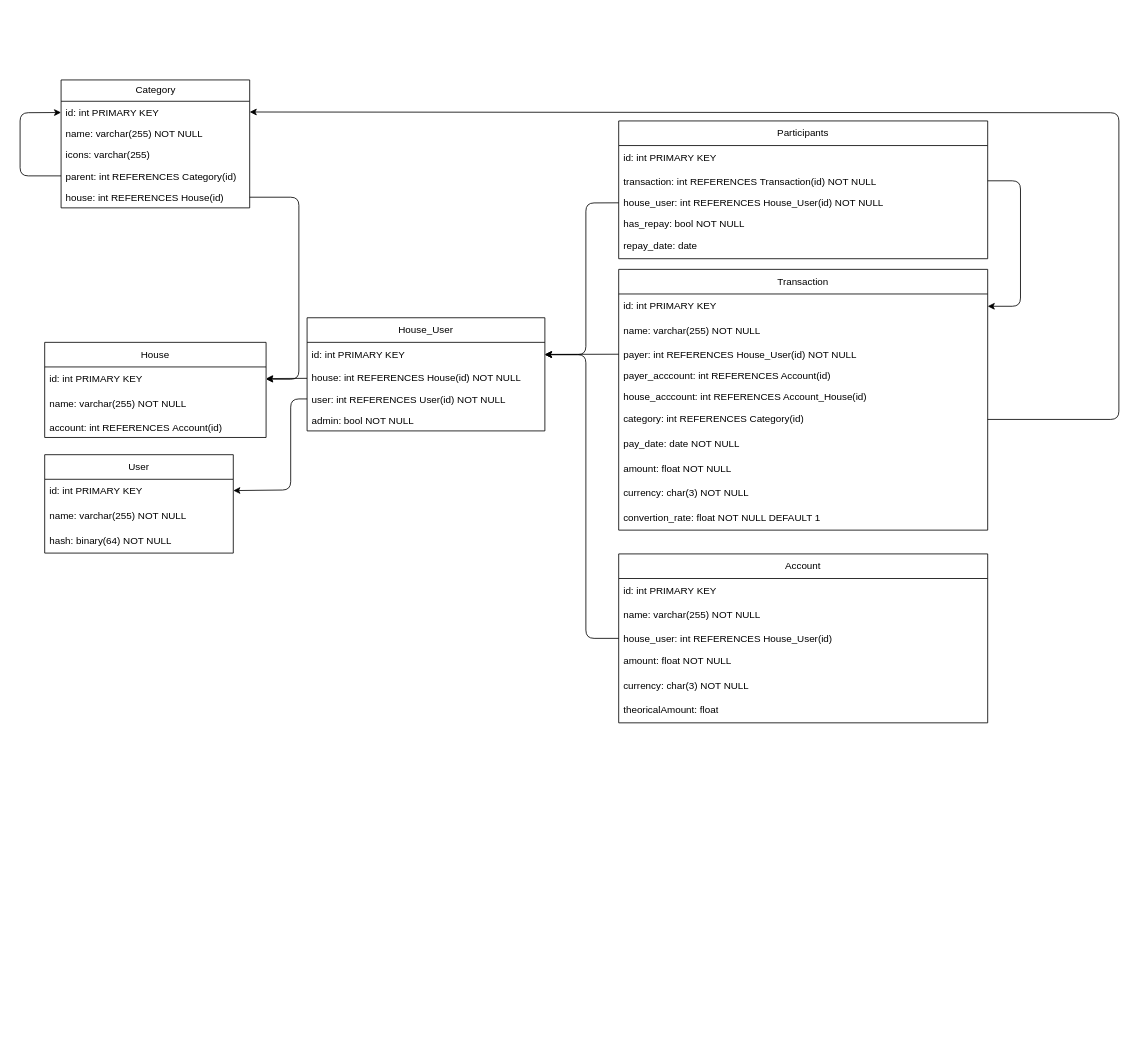
Before: docs/tables.drawio in Rombond/budgestify, a draw.io diagram. Source tidied: cells renumbered, new cells numbered last; positions are measured from the earlier drawing's top-left corner, leaving out a move shared by most shapes. Both pictures are drawn from the tidied source at 82%, with x=0, y=0 at pixel (20, 80).
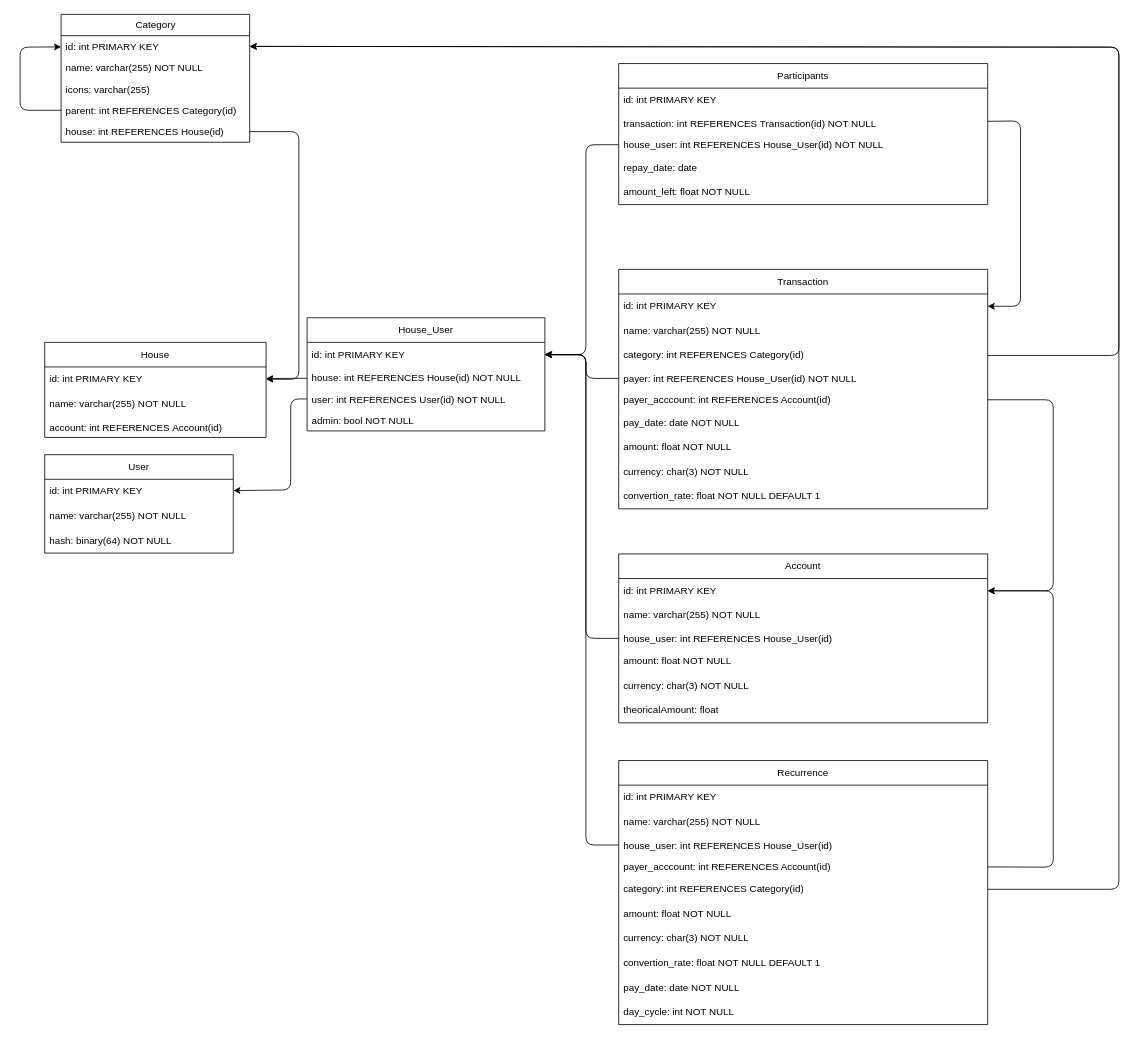
Above is the later version.

Commit message:
tables reworks

The change refers to these unchanged cells:
```xml
<mxCell id="3" value="id: int PRIMARY KEY" style="text;strokeColor=none;fillColor=none;align=left;verticalAlign=top;spacingLeft=4;spacingRight=4;overflow=hidden;points=[[0,0.5],[1,0.5]];portConstraint=eastwest;whiteSpace=wrap;html=1;" parent="2" vertex="1">
  <mxGeometry y="26" width="230" height="26" as="geometry" />
</mxCell>
<mxCell id="8" value="house: int REFERENCES House(id)" style="text;strokeColor=none;fillColor=none;align=left;verticalAlign=top;spacingLeft=4;spacingRight=4;overflow=hidden;points=[[0,0.5],[1,0.5]];portConstraint=eastwest;whiteSpace=wrap;html=1;" parent="2" vertex="1">
  <mxGeometry y="130" width="230" height="26" as="geometry" />
</mxCell>
<mxCell id="10" value="id: int PRIMARY KEY" style="text;strokeColor=none;fillColor=none;align=left;verticalAlign=middle;spacingLeft=4;spacingRight=4;overflow=hidden;points=[[0,0.5],[1,0.5]];portConstraint=eastwest;whiteSpace=wrap;html=1;" parent="9" vertex="1">
  <mxGeometry y="30" width="270" height="30" as="geometry" />
</mxCell>
<mxCell id="18" value="id: int PRIMARY KEY" style="text;strokeColor=none;fillColor=none;align=left;verticalAlign=middle;spacingLeft=4;spacingRight=4;overflow=hidden;points=[[0,0.5],[1,0.5]];portConstraint=eastwest;whiteSpace=wrap;html=1;" parent="17" vertex="1">
  <mxGeometry y="30" width="290" height="30" as="geometry" />
</mxCell>
<mxCell id="25" value="id: int PRIMARY KEY" style="text;strokeColor=none;fillColor=none;align=left;verticalAlign=middle;spacingLeft=4;spacingRight=4;overflow=hidden;points=[[0,0.5],[1,0.5]];portConstraint=eastwest;whiteSpace=wrap;html=1;" parent="24" vertex="1">
  <mxGeometry y="30" width="450" height="30" as="geometry" />
</mxCell>
<mxCell id="38" value="transaction: int REFERENCES Transaction(id) NOT NULL" style="text;strokeColor=none;fillColor=none;align=left;verticalAlign=top;spacingLeft=4;spacingRight=4;overflow=hidden;points=[[0,0.5],[1,0.5]];portConstraint=eastwest;whiteSpace=wrap;html=1;" parent="36" vertex="1">
  <mxGeometry y="60" width="450" height="26" as="geometry" />
</mxCell>
<mxCell id="39" value="house_user: int REFERENCES House_User(id) NOT NULL" style="text;strokeColor=none;fillColor=none;align=left;verticalAlign=top;spacingLeft=4;spacingRight=4;overflow=hidden;points=[[0,0.5],[1,0.5]];portConstraint=eastwest;whiteSpace=wrap;html=1;" parent="36" vertex="1">
  <mxGeometry y="86" width="450" height="26" as="geometry" />
</mxCell>
<mxCell id="44" value="id: int PRIMARY KEY" style="text;strokeColor=none;fillColor=none;align=left;verticalAlign=middle;spacingLeft=4;spacingRight=4;overflow=hidden;points=[[0,0.5],[1,0.5]];portConstraint=eastwest;whiteSpace=wrap;html=1;" parent="43" vertex="1">
  <mxGeometry y="30" width="450" height="30" as="geometry" />
</mxCell>
```

Diff of the diagram source:
```diff
@@
     <mxCell id="2" value="Category" style="swimlane;fontStyle=0;horizontal=1;startSize=26;fillColor=none;html=1;" parent="1" vertex="1">
-      <mxGeometry x="50" width="230" height="156" as="geometry" />
+      <mxGeometry x="50" y="-80" width="230" height="156" as="geometry" />
     </mxCell>
@@
     <mxCell id="24" value="Transaction" style="swimlane;fontStyle=0;horizontal=1;startSize=30;whiteSpace=wrap;html=1;" parent="1" vertex="1">
-      <mxGeometry x="730" y="231" width="450" height="318" as="geometry" />
+      <mxGeometry x="730" y="231" width="450" height="292" as="geometry" />
     </mxCell>
@@
+    <mxCell id="30" value="category: int REFERENCES Category(id)" style="text;strokeColor=none;fillColor=none;align=left;verticalAlign=middle;spacingLeft=4;spacingRight=4;overflow=hidden;points=[[0,0.5],[1,0.5]];portConstraint=eastwest;whiteSpace=wrap;html=1;" parent="24" vertex="1">
+      <mxGeometry y="90" width="450" height="30" as="geometry" />
+    </mxCell>
     <mxCell id="27" value="payer: int REFERENCES House_User(id) NOT NULL" style="text;strokeColor=none;fillColor=none;align=left;verticalAlign=top;spacingLeft=4;spacingRight=4;overflow=hidden;points=[[0,0.5],[1,0.5]];portConstraint=eastwest;whiteSpace=wrap;html=1;" parent="24" vertex="1">
-      <mxGeometry y="90" width="450" height="26" as="geometry" />
+      <mxGeometry y="120" width="450" height="26" as="geometry" />
     </mxCell>
     <mxCell id="28" value="payer_acccount: int REFERENCES Account(id)" style="text;strokeColor=none;fillColor=none;align=left;verticalAlign=top;spacingLeft=4;spacingRight=4;overflow=hidden;points=[[0,0.5],[1,0.5]];portConstraint=eastwest;whiteSpace=wrap;html=1;" parent="24" vertex="1">
-      <mxGeometry y="116" width="450" height="26" as="geometry" />
+      <mxGeometry y="146" width="450" height="26" as="geometry" />
     </mxCell>
-    <mxCell id="29" value="house_acccount: int REFERENCES Account_House(id)" style="text;strokeColor=none;fillColor=none;align=left;verticalAlign=top;spacingLeft=4;spacingRight=4;overflow=hidden;whiteSpace=wrap;html=1;" parent="24" vertex="1">
-      <mxGeometry y="142" width="450" height="26" as="geometry" />
-    </mxCell>
-    <mxCell id="30" value="category: int REFERENCES Category(id)" style="text;strokeColor=none;fillColor=none;align=left;verticalAlign=middle;spacingLeft=4;spacingRight=4;overflow=hidden;points=[[0,0.5],[1,0.5]];portConstraint=eastwest;whiteSpace=wrap;html=1;" parent="24" vertex="1">
-      <mxGeometry y="168" width="450" height="30" as="geometry" />
-    </mxCell>
     <mxCell id="31" value="pay_date: date NOT NULL" style="text;strokeColor=none;fillColor=none;align=left;verticalAlign=middle;spacingLeft=4;spacingRight=4;overflow=hidden;whiteSpace=wrap;html=1;" parent="24" vertex="1">
-      <mxGeometry y="198" width="450" height="30" as="geometry" />
+      <mxGeometry y="172" width="450" height="30" as="geometry" />
     </mxCell>
     <mxCell id="32" value="amount: float NOT NULL" style="text;strokeColor=none;fillColor=none;align=left;verticalAlign=middle;spacingLeft=4;spacingRight=4;overflow=hidden;whiteSpace=wrap;html=1;" parent="24" vertex="1">
-      <mxGeometry y="228" width="450" height="30" as="geometry" />
+      <mxGeometry y="202" width="450" height="30" as="geometry" />
     </mxCell>
     <mxCell id="33" value="currency: char(3) NOT NULL" style="text;strokeColor=none;fillColor=none;align=left;verticalAlign=middle;spacingLeft=4;spacingRight=4;overflow=hidden;whiteSpace=wrap;html=1;" parent="24" vertex="1">
-      <mxGeometry y="258" width="450" height="30" as="geometry" />
+      <mxGeometry y="232" width="450" height="30" as="geometry" />
     </mxCell>
     <mxCell id="34" value="convertion_rate: float NOT NULL DEFAULT 1" style="text;strokeColor=none;fillColor=none;align=left;verticalAlign=middle;spacingLeft=4;spacingRight=4;overflow=hidden;whiteSpace=wrap;html=1;" parent="24" vertex="1">
-      <mxGeometry y="288" width="450" height="30" as="geometry" />
+      <mxGeometry y="262" width="450" height="30" as="geometry" />
     </mxCell>
     <mxCell id="35" style="endArrow=classic;html=1;" parent="1" edge="1" source="30" target="3">
       <mxGeometry relative="1" as="geometry">
         <Array as="points">
-          <mxPoint x="1340" y="414" />
-          <mxPoint x="1340" y="40" />
+          <mxPoint x="1340" y="336" />
+          <mxPoint x="1340" y="-40" />
         </Array>
       </mxGeometry>
     </mxCell>
     <mxCell id="36" value="Participants" style="swimlane;fontStyle=0;horizontal=1;startSize=30;whiteSpace=wrap;html=1;" parent="1" vertex="1">
-      <mxGeometry x="730" y="50" width="450" height="168" as="geometry" />
+      <mxGeometry x="730" y="-20" width="450" height="172" as="geometry" />
     </mxCell>
@@
-    <mxCell id="40" value="has_repay: bool NOT NULL" style="text;strokeColor=none;fillColor=none;align=left;verticalAlign=top;spacingLeft=4;spacingRight=4;overflow=hidden;whiteSpace=wrap;html=1;" parent="36" vertex="1">
-      <mxGeometry y="112" width="450" height="26" as="geometry" />
-    </mxCell>
     <mxCell id="41" value="repay_date: date" style="text;strokeColor=none;fillColor=none;align=left;verticalAlign=middle;spacingLeft=4;spacingRight=4;overflow=hidden;whiteSpace=wrap;html=1;" parent="36" vertex="1">
-      <mxGeometry y="138" width="450" height="30" as="geometry" />
+      <mxGeometry y="112" width="450" height="30" as="geometry" />
     </mxCell>
+    <mxCell id="54" value="amount_left: float NOT NULL" style="text;strokeColor=none;fillColor=none;align=left;verticalAlign=middle;spacingLeft=4;spacingRight=4;overflow=hidden;whiteSpace=wrap;html=1;" parent="36" vertex="1">
+      <mxGeometry y="142" width="450" height="30" as="geometry" />
+    </mxCell>
     <mxCell id="42" style="endArrow=classic;html=1;" parent="1" edge="1" source="38" target="25">
       <mxGeometry relative="1" as="geometry">
         <Array as="points">
-          <mxPoint x="1220" y="123" />
+          <mxPoint x="1220" y="50" />
           <mxPoint x="1220" y="276" />
         </Array>
       </mxGeometry>
     </mxCell>
@@
     <mxCell id="51" style="endArrow=classic;html=1;" parent="1" edge="1" source="27" target="18">
-      <mxGeometry relative="1" as="geometry" />
+      <mxGeometry relative="1" as="geometry">
+        <Array as="points">
+          <mxPoint x="690" y="364" />
+          <mxPoint x="690" y="335" />
+        </Array>
+      </mxGeometry>
     </mxCell>
     <mxCell id="52" style="endArrow=classic;html=1;" parent="1" edge="1" source="39" target="18">
       <mxGeometry relative="1" as="geometry">
         <Array as="points">
-          <mxPoint x="690" y="150" />
+          <mxPoint x="690" y="79" />
           <mxPoint x="690" y="335" />
         </Array>
       </mxGeometry>
     </mxCell>
     <mxCell id="53" style="endArrow=classic;html=1;" parent="1" edge="1" source="8" target="10">
       <mxGeometry relative="1" as="geometry">
         <Array as="points">
-          <mxPoint x="340" y="143" />
+          <mxPoint x="340" y="63" />
           <mxPoint x="340" y="365" />
         </Array>
       </mxGeometry>
     </mxCell>
+    <mxCell id="55" value="Recurrence" style="swimlane;fontStyle=0;horizontal=1;startSize=30;whiteSpace=wrap;html=1;" parent="1" vertex="1">
+      <mxGeometry x="730" y="830" width="450" height="322" as="geometry" />
+    </mxCell>
+    <mxCell id="56" value="id: int PRIMARY KEY" style="text;strokeColor=none;fillColor=none;align=left;verticalAlign=middle;spacingLeft=4;spacingRight=4;overflow=hidden;whiteSpace=wrap;html=1;" parent="55" vertex="1">
+      <mxGeometry y="30" width="450" height="30" as="geometry" />
+    </mxCell>
+    <mxCell id="57" value="name: varchar(255) NOT NULL" style="text;strokeColor=none;fillColor=none;align=left;verticalAlign=middle;spacingLeft=4;spacingRight=4;overflow=hidden;whiteSpace=wrap;html=1;" parent="55" vertex="1">
+      <mxGeometry y="60" width="450" height="30" as="geometry" />
+    </mxCell>
+    <mxCell id="58" value="house_user: int REFERENCES House_User(id)" style="text;strokeColor=none;fillColor=none;align=left;verticalAlign=top;spacingLeft=4;spacingRight=4;overflow=hidden;points=[[0,0.5],[1,0.5]];portConstraint=eastwest;whiteSpace=wrap;html=1;" parent="55" vertex="1">
+      <mxGeometry y="90" width="450" height="26" as="geometry" />
+    </mxCell>
+    <mxCell id="59" value="payer_acccount: int REFERENCES Account(id)" style="text;strokeColor=none;fillColor=none;align=left;verticalAlign=top;spacingLeft=4;spacingRight=4;overflow=hidden;points=[[0,0.5],[1,0.5]];portConstraint=eastwest;whiteSpace=wrap;html=1;" parent="55" vertex="1">
+      <mxGeometry y="116" width="450" height="26" as="geometry" />
+    </mxCell>
+    <mxCell id="60" value="category: int REFERENCES Category(id)" style="text;strokeColor=none;fillColor=none;align=left;verticalAlign=middle;spacingLeft=4;spacingRight=4;overflow=hidden;points=[[0,0.5],[1,0.5]];portConstraint=eastwest;whiteSpace=wrap;html=1;" parent="55" vertex="1">
+      <mxGeometry y="142" width="450" height="30" as="geometry" />
+    </mxCell>
+    <mxCell id="61" value="amount: float NOT NULL" style="text;strokeColor=none;fillColor=none;align=left;verticalAlign=middle;spacingLeft=4;spacingRight=4;overflow=hidden;whiteSpace=wrap;html=1;" parent="55" vertex="1">
+      <mxGeometry y="172" width="450" height="30" as="geometry" />
+    </mxCell>
+    <mxCell id="62" value="currency: char(3) NOT NULL" style="text;strokeColor=none;fillColor=none;align=left;verticalAlign=middle;spacingLeft=4;spacingRight=4;overflow=hidden;whiteSpace=wrap;html=1;" parent="55" vertex="1">
+      <mxGeometry y="202" width="450" height="30" as="geometry" />
+    </mxCell>
+    <mxCell id="63" value="convertion_rate: float NOT NULL DEFAULT 1" style="text;strokeColor=none;fillColor=none;align=left;verticalAlign=middle;spacingLeft=4;spacingRight=4;overflow=hidden;whiteSpace=wrap;html=1;" parent="55" vertex="1">
+      <mxGeometry y="232" width="450" height="30" as="geometry" />
+    </mxCell>
+    <mxCell id="64" value="pay_date: date NOT NULL" style="text;strokeColor=none;fillColor=none;align=left;verticalAlign=middle;spacingLeft=4;spacingRight=4;overflow=hidden;whiteSpace=wrap;html=1;" parent="55" vertex="1">
+      <mxGeometry y="262" width="450" height="30" as="geometry" />
+    </mxCell>
+    <mxCell id="65" value="day_cycle: int NOT NULL" style="text;strokeColor=none;fillColor=none;align=left;verticalAlign=middle;spacingLeft=4;spacingRight=4;overflow=hidden;whiteSpace=wrap;html=1;" parent="55" vertex="1">
+      <mxGeometry y="292" width="450" height="30" as="geometry" />
+    </mxCell>
+    <mxCell id="66" style="endArrow=classic;html=1;" parent="1" edge="1" source="59" target="44">
+      <mxGeometry relative="1" as="geometry">
+        <Array as="points">
+          <mxPoint x="1260" y="960" />
+          <mxPoint x="1260" y="623" />
+        </Array>
+      </mxGeometry>
+    </mxCell>
+    <mxCell id="67" style="endArrow=classic;html=1;" parent="1" edge="1" source="58" target="18">
+      <mxGeometry relative="1" as="geometry">
+        <Array as="points">
+          <mxPoint x="690" y="933" />
+          <mxPoint x="690" y="335" />
+        </Array>
+      </mxGeometry>
+    </mxCell>
+    <mxCell id="68" style="endArrow=classic;html=1;" parent="1" edge="1" source="60" target="3">
+      <mxGeometry relative="1" as="geometry">
+        <Array as="points">
+          <mxPoint x="1340" y="987" />
+          <mxPoint x="1340" y="-40" />
+        </Array>
+      </mxGeometry>
+    </mxCell>
+    <mxCell id="69" style="endArrow=classic;html=1;" parent="1" edge="1" source="28" target="44">
+      <mxGeometry relative="1" as="geometry">
+        <Array as="points">
+          <mxPoint x="1260" y="390" />
+          <mxPoint x="1260" y="623" />
+        </Array>
+      </mxGeometry>
+    </mxCell>
```
